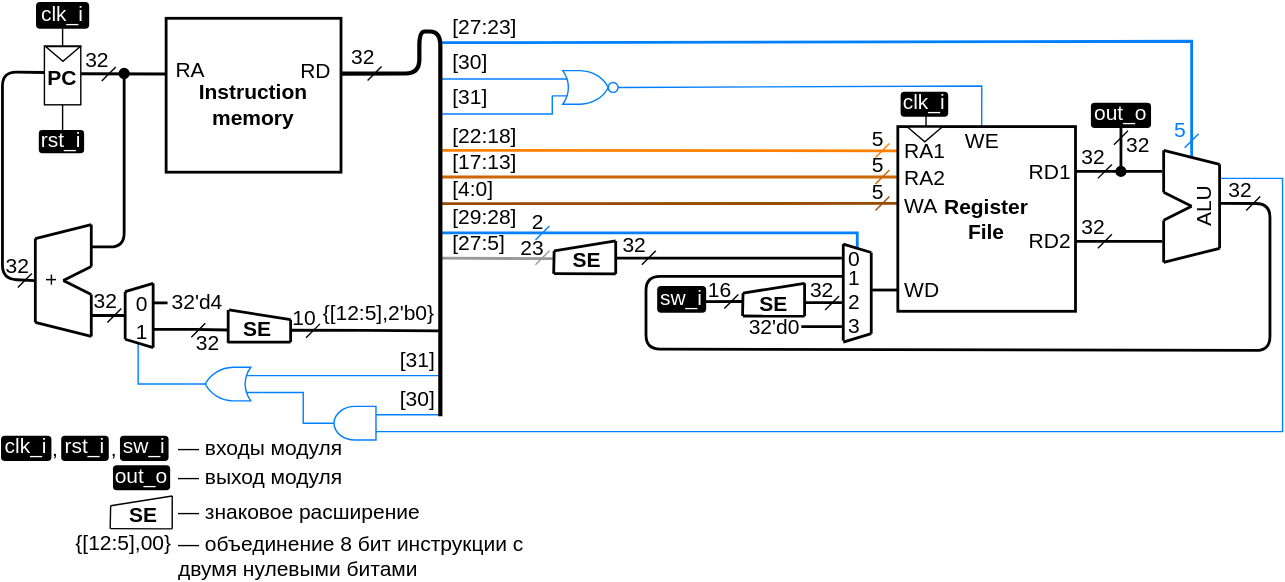
Earlier version of the draw.io export .pic/Labs/lab_04_cybercobra/ppd_5.drawio.svg (MPSU/APS). Source tidied: cells renumbered, new cells last; positions are measured from the earlier drawing's top-left corner, leaving out a move shared by most shapes.
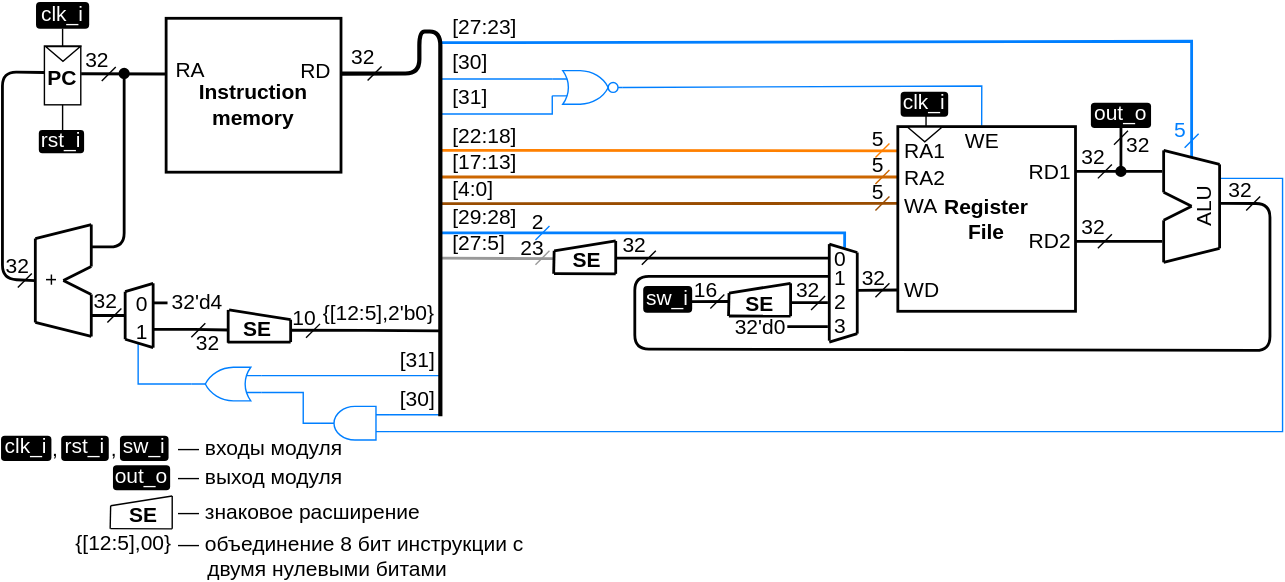
Above is the later version.

What changed in the source:
```diff
@@ -8,12 +8,11 @@
         <mxPoint x="392" y="160" as="targetPoint" />
       </mxGeometry>
     </mxCell>
-    <mxCell id="3" style="endArrow=none;html=1;rounded=0;strokeColor=#007FFF;fontSize=15;fontColor=#000000;startSize=6;endSize=6;comic=0;jiggle=0.5;strokeWidth=2;" parent="1" edge="1">
+    <mxCell id="3" style="endArrow=none;html=1;rounded=0;strokeColor=#007FFF;fontSize=15;fontColor=#000000;startSize=6;endSize=6;comic=0;jiggle=0.5;strokeWidth=2;entryX=0.797;entryY=-0.241;entryDx=0;entryDy=0;entryPerimeter=0;" parent="1" edge="1" target="66">
       <mxGeometry relative="1" as="geometry">
         <mxPoint x="315" y="165" as="sourcePoint" />
-        <mxPoint x="612" y="176" as="targetPoint" />
         <Array as="points">
-          <mxPoint x="612" y="165" />
+          <mxPoint x="603" y="165" />
         </Array>
       </mxGeometry>
     </mxCell>
@@ -96,7 +95,7 @@
     </mxCell>
     <mxCell id="22" style="endArrow=none;html=1;rounded=0;comic=0;strokeColor=#000000;fontSize=15;fontColor=#000000;startSize=6;endSize=6;jiggle=0.5;strokeWidth=2;" parent="1" edge="1">
       <mxGeometry relative="1" as="geometry">
-        <mxPoint x="622" y="205.8" as="sourcePoint" />
+        <mxPoint x="612" y="206" as="sourcePoint" />
         <mxPoint x="641" y="205.8" as="targetPoint" />
       </mxGeometry>
     </mxCell>
@@ -158,10 +157,10 @@
     </mxCell>
     <mxCell id="32" style="endArrow=none;html=1;rounded=1;comic=0;strokeColor=#000000;fontSize=15;fontColor=#000000;startSize=6;endSize=6;jiggle=0.5;strokeWidth=2;entryX=0.535;entryY=0.913;entryDx=0;entryDy=0;entryPerimeter=0;" parent="1" edge="1" target="8">
       <mxGeometry relative="1" as="geometry">
-        <mxPoint x="602" y="196" as="sourcePoint" />
+        <mxPoint x="592" y="196" as="sourcePoint" />
         <Array as="points">
-          <mxPoint x="461" y="196" />
-          <mxPoint x="461" y="248" />
+          <mxPoint x="453" y="196" />
+          <mxPoint x="453" y="248" />
           <mxPoint x="907" y="249" />
           <mxPoint x="907" y="144" />
         </Array>
@@ -267,39 +266,39 @@
       </mxGeometry>
     </mxCell>
     <mxCell id="54" value="2" style="text;html=1;strokeColor=none;fillColor=none;align=center;verticalAlign=middle;whiteSpace=wrap;rounded=0;fontSize=15;fontColor=#000000;comic=0;jiggle=0.5;" parent="1" vertex="1">
-      <mxGeometry x="605" y="209" width="10" height="10" as="geometry" />
+      <mxGeometry x="595" y="209" width="10" height="10" as="geometry" />
     </mxCell>
     <mxCell id="55" value="1" style="text;html=1;strokeColor=none;fillColor=none;align=center;verticalAlign=middle;whiteSpace=wrap;rounded=0;fontSize=15;fontColor=#000000;comic=0;jiggle=0.5;" parent="1" vertex="1">
-      <mxGeometry x="605" y="192" width="10" height="10" as="geometry" />
+      <mxGeometry x="595" y="192" width="10" height="10" as="geometry" />
     </mxCell>
     <mxCell id="56" style="endArrow=none;html=1;rounded=0;strokeColor=#000000;fontSize=15;fontColor=#000000;startSize=6;endSize=6;comic=0;jiggle=0.5;strokeWidth=2;" parent="1" edge="1">
       <mxGeometry relative="1" as="geometry">
         <mxPoint x="440" y="183" as="sourcePoint" />
-        <mxPoint x="601" y="183" as="targetPoint" />
+        <mxPoint x="592" y="183" as="targetPoint" />
       </mxGeometry>
     </mxCell>
     <mxCell id="57" style="endArrow=none;html=1;rounded=0;strokeColor=#000000;fontSize=15;fontColor=#B3B3B3;startSize=6;endSize=6;comic=0;jiggle=0.5;strokeWidth=2;" parent="1" edge="1">
       <mxGeometry relative="1" as="geometry">
-        <mxPoint x="602" y="243" as="sourcePoint" />
-        <mxPoint x="622" y="237" as="targetPoint" />
+        <mxPoint x="592" y="243" as="sourcePoint" />
+        <mxPoint x="612" y="237" as="targetPoint" />
       </mxGeometry>
     </mxCell>
     <mxCell id="58" style="endArrow=none;html=1;rounded=0;strokeColor=#000000;fontSize=15;fontColor=#B3B3B3;startSize=6;endSize=6;comic=0;jiggle=0.5;strokeWidth=2;" parent="1" edge="1">
       <mxGeometry relative="1" as="geometry">
-        <mxPoint x="602" y="173" as="sourcePoint" />
-        <mxPoint x="622" y="179" as="targetPoint" />
+        <mxPoint x="592" y="173" as="sourcePoint" />
+        <mxPoint x="612" y="179" as="targetPoint" />
       </mxGeometry>
     </mxCell>
     <mxCell id="59" style="endArrow=none;html=1;rounded=0;strokeColor=#000000;fontSize=15;fontColor=#B3B3B3;startSize=6;endSize=6;comic=0;jiggle=0.5;strokeWidth=2;" parent="1" edge="1">
       <mxGeometry relative="1" as="geometry">
-        <mxPoint x="602" y="242" as="sourcePoint" />
-        <mxPoint x="602" y="173" as="targetPoint" />
+        <mxPoint x="592" y="242" as="sourcePoint" />
+        <mxPoint x="592" y="173" as="targetPoint" />
       </mxGeometry>
     </mxCell>
     <mxCell id="60" style="endArrow=none;html=1;rounded=0;strokeColor=#000000;fontSize=15;fontColor=#B3B3B3;startSize=6;endSize=6;comic=0;jiggle=0.5;strokeWidth=2;" parent="1" edge="1">
       <mxGeometry relative="1" as="geometry">
-        <mxPoint x="622" y="237" as="sourcePoint" />
-        <mxPoint x="622" y="179" as="targetPoint" />
+        <mxPoint x="612" y="237" as="sourcePoint" />
+        <mxPoint x="612" y="179" as="targetPoint" />
       </mxGeometry>
     </mxCell>
     <mxCell id="61" style="endArrow=none;html=1;rounded=0;strokeColor=#999999;fontSize=15;fontColor=#000000;startSize=6;endSize=6;entryX=-0.007;entryY=0.465;entryDx=0;entryDy=0;comic=0;jiggle=0.5;strokeWidth=2;entryPerimeter=0;" parent="1" edge="1" target="112">
@@ -326,10 +325,10 @@
       <mxGeometry x="448" y="167.8" width="10" height="10" as="geometry" />
     </mxCell>
     <mxCell id="66" value="0" style="text;html=1;strokeColor=none;fillColor=none;align=center;verticalAlign=middle;whiteSpace=wrap;rounded=0;fontSize=15;fontColor=#000000;comic=0;jiggle=0.5;" parent="1" vertex="1">
-      <mxGeometry x="605" y="178" width="10" height="10" as="geometry" />
+      <mxGeometry x="595" y="178" width="10" height="10" as="geometry" />
     </mxCell>
     <mxCell id="67" value="&lt;font color=&quot;#ffffff&quot; style=&quot;font-size: 15px;&quot;&gt;sw_i&lt;/font&gt;" style="text;html=1;strokeColor=none;fillColor=#000000;align=center;verticalAlign=middle;whiteSpace=wrap;rounded=1;fontSize=15;fontColor=#000000;comic=0;jiggle=0.5;spacingBottom=4;" parent="1" vertex="1">
-      <mxGeometry x="469" y="203" width="35" height="19" as="geometry" />
+      <mxGeometry x="459" y="203" width="35" height="19" as="geometry" />
     </mxCell>
     <mxCell id="68" style="edgeStyle=orthogonalEdgeStyle;rounded=0;jettySize=auto;html=1;exitX=0;exitY=0.25;exitDx=0;exitDy=0;exitPerimeter=0;endArrow=none;endFill=0;strokeColor=#007FFF;fontSize=15;" parent="1" edge="1" source="69">
       <mxGeometry relative="1" as="geometry">
@@ -468,7 +467,7 @@
       </mxGeometry>
     </mxCell>
     <mxCell id="94" style="group;comic=0;fontSize=15;" parent="1" vertex="1">
-      <mxGeometry x="468" y="206" width="58" height="25.2" as="geometry" />
+      <mxGeometry x="458" y="206" width="58" height="25.2" as="geometry" />
     </mxCell>
     <mxCell id="95" style="group;fontSize=15;spacingBottom=1;" parent="94" vertex="1">
       <mxGeometry x="62" y="-5" width="44.4" height="23.5" as="geometry" />
@@ -507,26 +506,26 @@
     </mxCell>
     <mxCell id="102" style="endArrow=none;html=1;rounded=0;comic=0;jiggle=0.5;fontSize=15;" parent="1" edge="1">
       <mxGeometry relative="1" as="geometry">
-        <mxPoint x="589" y="220" as="sourcePoint" />
-        <mxPoint x="599" y="210" as="targetPoint" />
+        <mxPoint x="579" y="220" as="sourcePoint" />
+        <mxPoint x="589" y="210" as="targetPoint" />
       </mxGeometry>
     </mxCell>
     <mxCell id="103" value="32" style="text;html=1;strokeColor=none;fillColor=none;align=center;verticalAlign=middle;whiteSpace=wrap;rounded=0;fontSize=15;fontColor=#000000;comic=0;jiggle=0.5;" parent="1" vertex="1">
-      <mxGeometry x="582" y="200" width="10" height="10" as="geometry" />
+      <mxGeometry x="572" y="200" width="10" height="10" as="geometry" />
     </mxCell>
     <mxCell id="104" style="endArrow=none;html=1;rounded=0;exitX=0.969;exitY=0.581;exitDx=0;exitDy=0;exitPerimeter=0;strokeWidth=2;fontSize=15;" parent="1" edge="1" source="67">
       <mxGeometry relative="1" as="geometry">
-        <mxPoint x="530" y="214" as="targetPoint" />
+        <mxPoint x="520" y="214" as="targetPoint" />
       </mxGeometry>
     </mxCell>
     <mxCell id="105" style="endArrow=none;html=1;rounded=0;comic=0;jiggle=0.5;fontSize=15;" parent="1" edge="1">
       <mxGeometry relative="1" as="geometry">
-        <mxPoint x="517" y="219" as="sourcePoint" />
-        <mxPoint x="527" y="209" as="targetPoint" />
+        <mxPoint x="507" y="219" as="sourcePoint" />
+        <mxPoint x="517" y="209" as="targetPoint" />
       </mxGeometry>
     </mxCell>
     <mxCell id="106" value="16" style="text;html=1;strokeColor=none;fillColor=none;align=center;verticalAlign=middle;whiteSpace=wrap;rounded=0;fontSize=15;fontColor=#000000;comic=0;jiggle=0.5;" parent="1" vertex="1">
-      <mxGeometry x="509" y="200" width="10" height="10" as="geometry" />
+      <mxGeometry x="499" y="200" width="10" height="10" as="geometry" />
     </mxCell>
     <mxCell id="107" style="group;fontSize=15;" parent="1" vertex="1">
       <mxGeometry x="395" y="170.8" width="48" height="25.2" as="geometry" />
@@ -623,18 +622,18 @@
     </mxCell>
     <mxCell id="130" style="edgeStyle=orthogonalEdgeStyle;rounded=0;orthogonalLoop=1;jettySize=auto;html=1;exitX=0;exitY=0.5;exitDx=0;exitDy=0;endArrow=none;endFill=0;strokeWidth=2;fontSize=15;" parent="1" edge="1">
       <mxGeometry relative="1" as="geometry">
-        <mxPoint x="601" y="232" as="sourcePoint" />
-        <mxPoint x="573" y="231" as="targetPoint" />
+        <mxPoint x="591" y="232" as="sourcePoint" />
+        <mxPoint x="563" y="231" as="targetPoint" />
       </mxGeometry>
     </mxCell>
     <mxCell id="131" value="3" style="text;html=1;strokeColor=none;fillColor=none;align=center;verticalAlign=middle;whiteSpace=wrap;rounded=0;fontSize=15;fontColor=#000000;comic=0;jiggle=0.5;" parent="1" vertex="1">
-      <mxGeometry x="605" y="226" width="10" height="10" as="geometry" />
+      <mxGeometry x="595" y="226" width="10" height="10" as="geometry" />
     </mxCell>
     <mxCell id="132" value="2" style="text;html=1;strokeColor=none;fillColor=none;align=center;verticalAlign=middle;whiteSpace=wrap;rounded=0;fontSize=15;fontColor=#000000;comic=0;jiggle=0.5;" parent="1" vertex="1">
       <mxGeometry x="379" y="152" width="10" height="10" as="geometry" />
     </mxCell>
     <mxCell id="133" value="32'd0" style="text;html=1;strokeColor=none;fillColor=none;align=center;verticalAlign=middle;whiteSpace=wrap;rounded=0;fontSize=15;fontColor=#000000;comic=0;jiggle=0.5;" parent="1" vertex="1">
-      <mxGeometry x="539" y="227" width="28" height="10" as="geometry" />
+      <mxGeometry x="529" y="227" width="28" height="10" as="geometry" />
     </mxCell>
     <mxCell id="134" style="edgeStyle=orthogonalEdgeStyle;rounded=0;jettySize=auto;html=1;exitX=0.5;exitY=1;exitDx=0;exitDy=0;endArrow=oval;endFill=1;fontSize=15;strokeWidth=2;" parent="1" edge="1" source="135">
       <mxGeometry relative="1" as="geometry">
@@ -826,5 +825,14 @@
     <mxCell id="176" style="ellipse;whiteSpace=wrap;html=1;strokeColor=#007FFF;" parent="1" vertex="1">
       <mxGeometry x="434" y="57.5" width="7" height="7" as="geometry" />
     </mxCell>
+    <mxCell id="177" style="endArrow=none;html=1;rounded=0;comic=0;jiggle=0.5;fontSize=15;strokeColor=#000000;" parent="1" edge="1">
+      <mxGeometry relative="1" as="geometry">
+        <mxPoint x="625" y="211" as="sourcePoint" />
+        <mxPoint x="635" y="201" as="targetPoint" />
+      </mxGeometry>
+    </mxCell>
+    <mxCell id="178" value="32" style="text;html=1;strokeColor=none;fillColor=none;align=center;verticalAlign=middle;whiteSpace=wrap;rounded=0;fontSize=15;fontColor=#000000;comic=0;jiggle=0.5;" parent="1" vertex="1">
+      <mxGeometry x="619" y="192" width="10" height="10" as="geometry" />
+    </mxCell>
   </root>
 </mxGraphModel>
```
